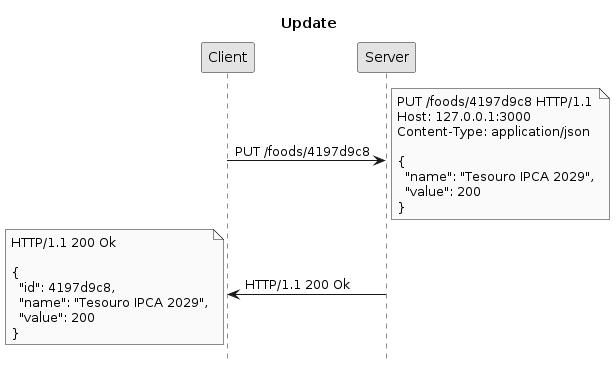
Above: public/imgs/expressjs/api/update-investment-simple.png in ifpb/lp2 (PlantUML), before the change.
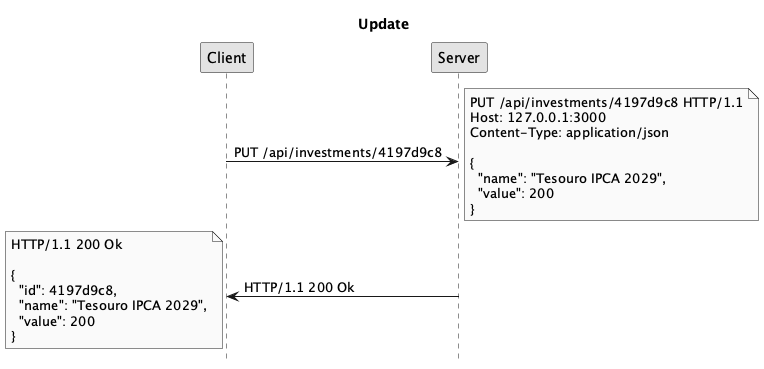
The same diagram one commit later.

Diff of the diagram source:
```diff
@@ -3,8 +3,8 @@
 hide footbox
 skinparam monochrome true
 
-Client -> Server: PUT /foods/4197d9c8
-note right: PUT /foods/4197d9c8 HTTP/1.1\nHost: 127.0.0.1:3000\nContent-Type: application/json\n\n{\n  "name": "Tesouro IPCA 2029",\n  "value": 200\n}
+Client -> Server: PUT /api/investments/4197d9c8
+note right: PUT /api/investments/4197d9c8 HTTP/1.1\nHost: 127.0.0.1:3000\nContent-Type: application/json\n\n{\n  "name": "Tesouro IPCA 2029",\n  "value": 200\n}
 Server -> Client: HTTP/1.1 200 Ok
 note left: HTTP/1.1 200 Ok\n\n{\n  "id": 4197d9c8,\n  "name": "Tesouro IPCA 2029",\n  "value": 200\n}
 @enduml
```
